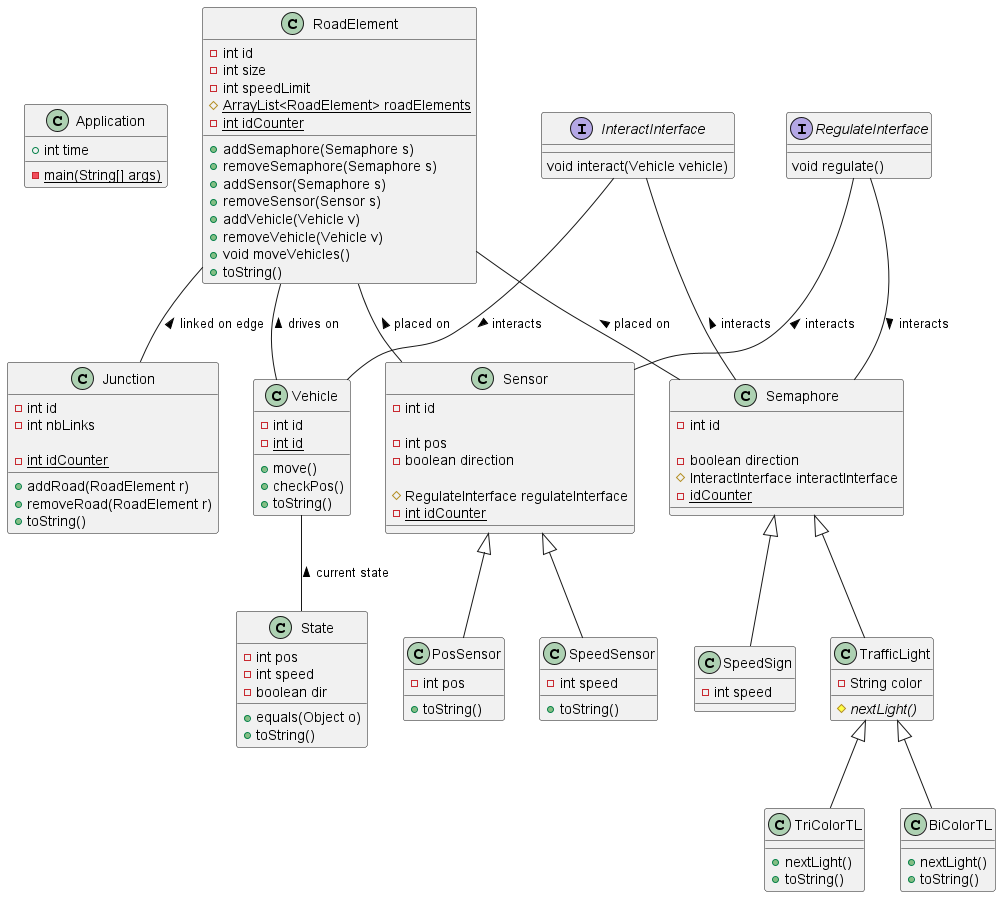
Above: UMLRendu.png in PedroEVHV/Simulation_reseau_routier (PlantUML), before the change.
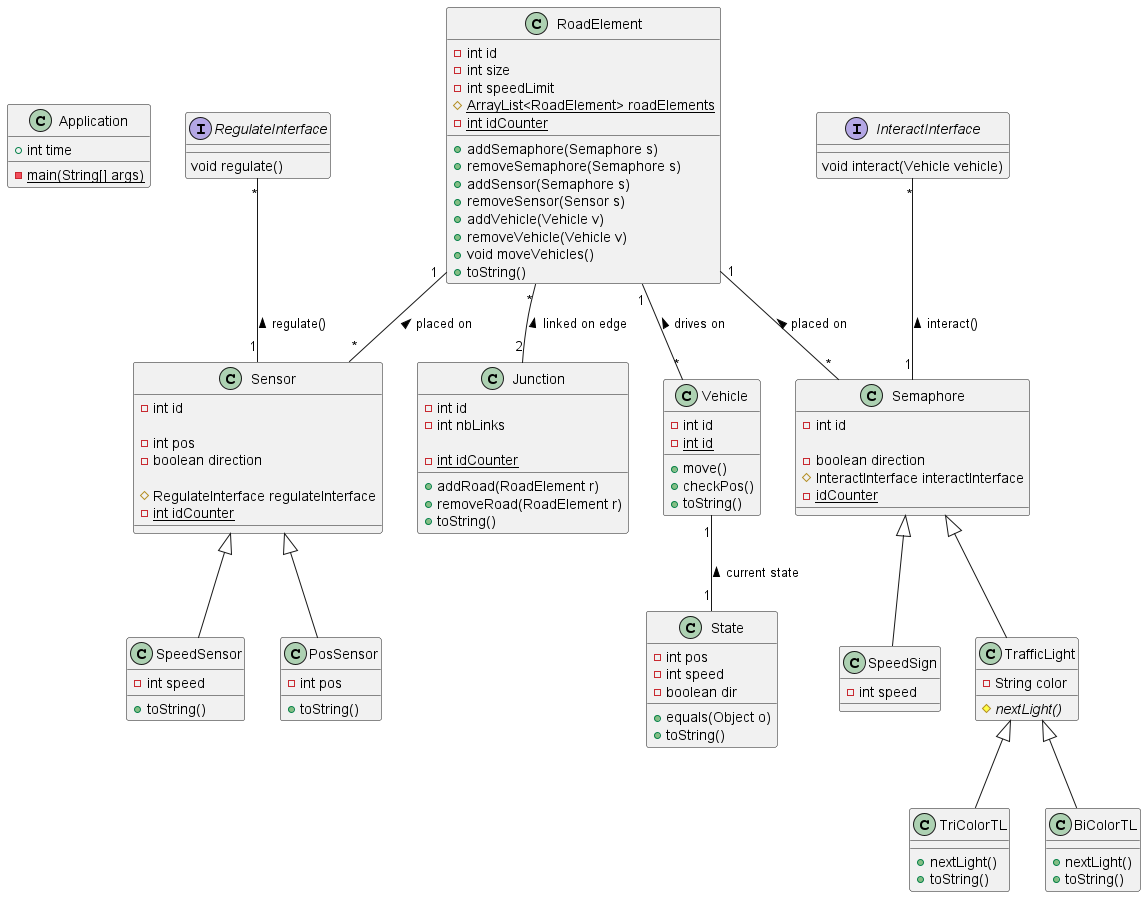
After the commit.

Commit message:
Dev: derniers détails

What changed in the source:
```diff
@@ -116,17 +116,17 @@
 TrafficLight <|-- TriColorTL
 TrafficLight <|-- BiColorTL
 
-RoadElement -- Sensor : placed on <
-RoadElement -- Semaphore : placed on <
-RoadElement -- Vehicle : drives on <
-RoadElement -- Junction : linked on edge <
-Vehicle -- State : current state <
+RoadElement "1"--"*" Sensor : placed on <
+RoadElement "1" -- "*" Semaphore : placed on <
+RoadElement "1" -- "*" Vehicle : drives on <
+RoadElement "*"-- "2" Junction : linked on edge <
+Vehicle "1" -- "1"State : current state <
 
 
-InteractInterface -- Semaphore : interacts <
-InteractInterface -- Vehicle : interacts >
-RegulateInterface -- Sensor : interacts <
-RegulateInterface -- Semaphore : interacts >
+InteractInterface "*" -- "1" Semaphore : interact() <
+
+RegulateInterface "*" -- "1" Sensor : regulate() <
+
 
 
 
```
